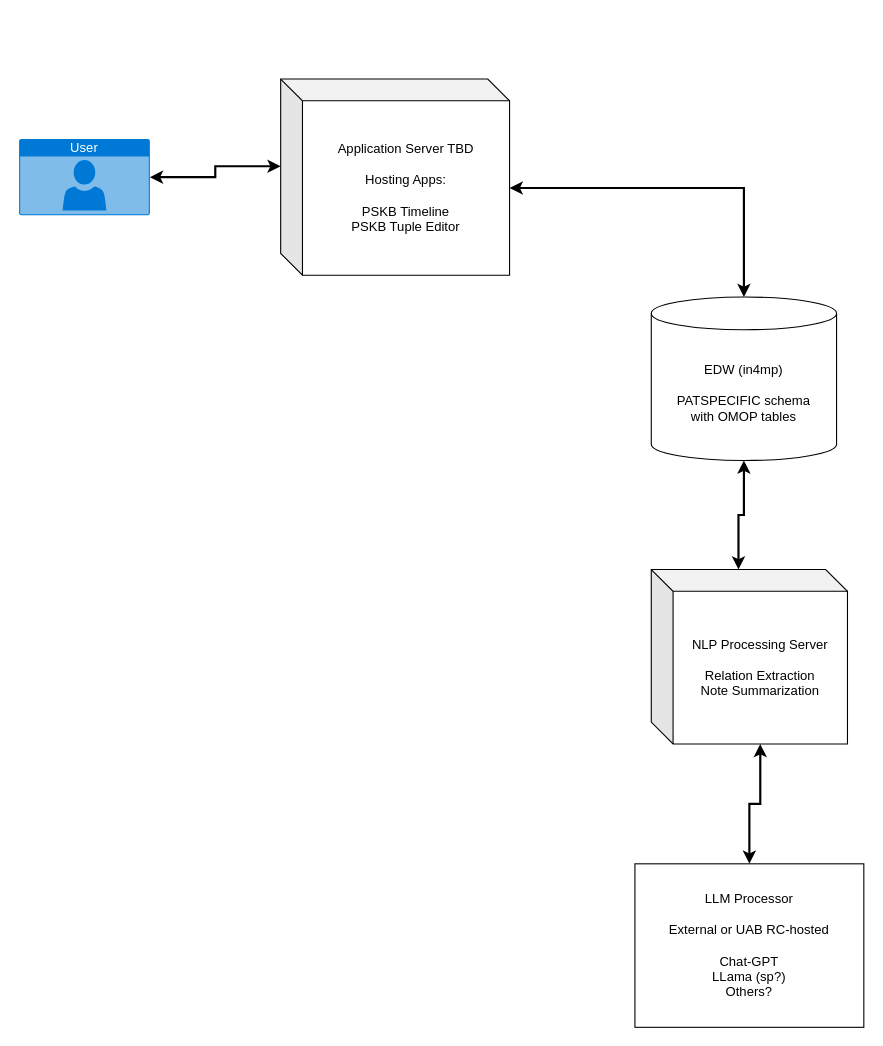
The draw.io diagram page "Page-1" (1 of 2) of PSKB Data Flow Diagram.drawio in ntimkovich/UAB-II-Diagrams, before the edit. Source tidied: cells renumbered, new cells numbered last; positions are measured from the earlier drawing's top-left corner, leaving out a move shared by most shapes. Both pictures are drawn from the tidied source at 109%, with x=0, y=0 at pixel (19, 78).
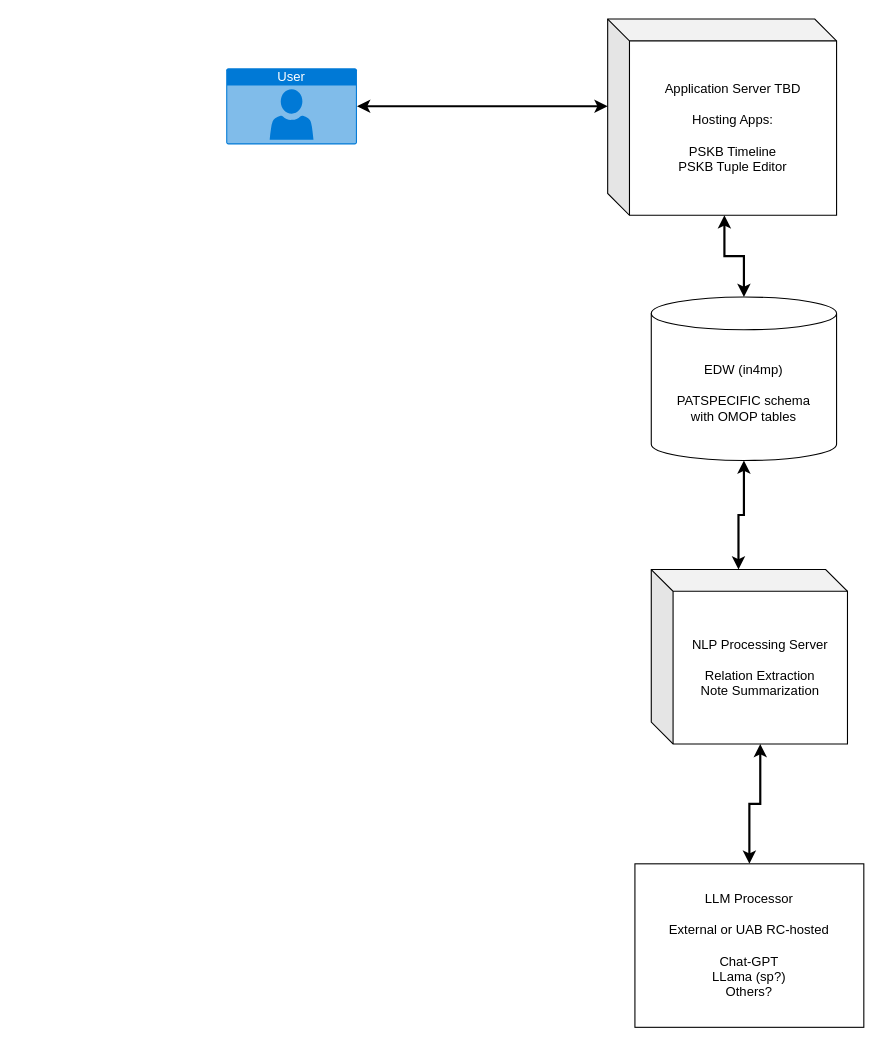
After the change.

Diff of the diagram source:
```diff
@@
 <mxGraphModel>
   <root>
     <mxCell id="0" />
     <mxCell id="1" parent="0" />
     <mxCell id="2" value="EDW (in4mp)&lt;div&gt;&lt;br&gt;&lt;/div&gt;&lt;div&gt;PATSPECIFIC schema&lt;/div&gt;&lt;div&gt;with OMOP tables&lt;/div&gt;" style="shape=cylinder3;whiteSpace=wrap;html=1;boundedLbl=1;backgroundOutline=1;size=15;" parent="1" vertex="1">
       <mxGeometry x="580" y="200" width="170" height="150" as="geometry" />
     </mxCell>
     <mxCell id="3" value="Application Server TBD&lt;div&gt;&lt;br&gt;&lt;/div&gt;&lt;div&gt;Hosting Apps:&lt;/div&gt;&lt;div&gt;&lt;br&gt;&lt;/div&gt;&lt;div&gt;PSKB Timeline&lt;/div&gt;&lt;div&gt;PSKB Tuple Editor&lt;/div&gt;" style="shape=cube;whiteSpace=wrap;html=1;boundedLbl=1;backgroundOutline=1;darkOpacity=0.05;darkOpacity2=0.1;" parent="1" vertex="1">
-      <mxGeometry x="240" width="210" height="180" as="geometry" />
+      <mxGeometry x="540" y="-55" width="210" height="180" as="geometry" />
     </mxCell>
-    <mxCell id="4" style="edgeStyle=orthogonalEdgeStyle;rounded=0;jettySize=auto;html=1;exitX=0;exitY=0;exitDx=210;exitDy=100;exitPerimeter=0;entryX=0.5;entryY=0;entryDx=0;entryDy=0;entryPerimeter=0;startArrow=classic;startFill=1;strokeWidth=2;" parent="1" edge="1" source="3" target="2">
+    <mxCell id="4" style="edgeStyle=orthogonalEdgeStyle;rounded=0;jettySize=auto;html=1;exitX=0.51;exitY=1;exitDx=0;exitDy=0;exitPerimeter=0;entryX=0.5;entryY=0;entryDx=0;entryDy=0;entryPerimeter=0;startArrow=classic;startFill=1;strokeWidth=2;" parent="1" edge="1" source="3" target="2">
       <mxGeometry relative="1" as="geometry" />
     </mxCell>
     <mxCell id="5" style="edgeStyle=orthogonalEdgeStyle;rounded=0;jettySize=auto;html=1;exitX=0;exitY=0;exitDx=100;exitDy=160;exitPerimeter=0;entryX=0.5;entryY=0;entryDx=0;entryDy=0;startArrow=classic;startFill=1;strokeWidth=2;" parent="1" edge="1" source="6" target="7">
       <mxGeometry relative="1" as="geometry" />
     </mxCell>
     <mxCell id="6" value="NLP Processing Server&lt;div&gt;&lt;br&gt;&lt;/div&gt;&lt;div&gt;Relation Extraction&lt;/div&gt;&lt;div&gt;Note Summarization&lt;/div&gt;" style="shape=cube;whiteSpace=wrap;html=1;boundedLbl=1;backgroundOutline=1;darkOpacity=0.05;darkOpacity2=0.1;" parent="1" vertex="1">
       <mxGeometry x="580" y="450" width="180" height="160" as="geometry" />
     </mxCell>
     <mxCell id="7" value="LLM Processor&lt;div&gt;&lt;br&gt;&lt;/div&gt;&lt;div&gt;External or UAB RC-hosted&lt;br&gt;&lt;div&gt;&lt;br&gt;&lt;/div&gt;&lt;div&gt;Chat-GPT&lt;/div&gt;&lt;div&gt;LLama (sp?)&lt;/div&gt;&lt;div&gt;Others?&lt;/div&gt;&lt;/div&gt;" style="rounded=0;whiteSpace=wrap;html=1;" parent="1" vertex="1">
       <mxGeometry x="565" y="720" width="210" height="150" as="geometry" />
     </mxCell>
     <mxCell id="8" style="edgeStyle=orthogonalEdgeStyle;rounded=0;jettySize=auto;html=1;exitX=0.5;exitY=1;exitDx=0;exitDy=0;exitPerimeter=0;entryX=0;entryY=0;entryDx=80;entryDy=0;entryPerimeter=0;startArrow=classic;startFill=1;strokeWidth=2;" parent="1" edge="1" source="2" target="6">
       <mxGeometry relative="1" as="geometry" />
     </mxCell>
     <mxCell id="9" value="User" style="html=1;whiteSpace=wrap;strokeColor=none;fillColor=#0079D6;labelPosition=center;verticalLabelPosition=middle;verticalAlign=top;align=center;fontSize=12;outlineConnect=0;spacingTop=-6;fontColor=#FFFFFF;sketch=0;shape=mxgraph.sitemap.user;" parent="1" vertex="1">
-      <mxGeometry y="55" width="120" height="70" as="geometry" />
+      <mxGeometry x="190" y="-10" width="120" height="70" as="geometry" />
     </mxCell>
     <mxCell id="10" style="edgeStyle=orthogonalEdgeStyle;rounded=0;jettySize=auto;html=1;exitX=1;exitY=0.5;exitDx=0;exitDy=0;exitPerimeter=0;entryX=0;entryY=0;entryDx=0;entryDy=80;entryPerimeter=0;startArrow=classic;startFill=1;strokeWidth=2;" parent="1" edge="1" source="9" target="3">
       <mxGeometry relative="1" as="geometry" />
     </mxCell>
   </root>
 </mxGraphModel>
```
